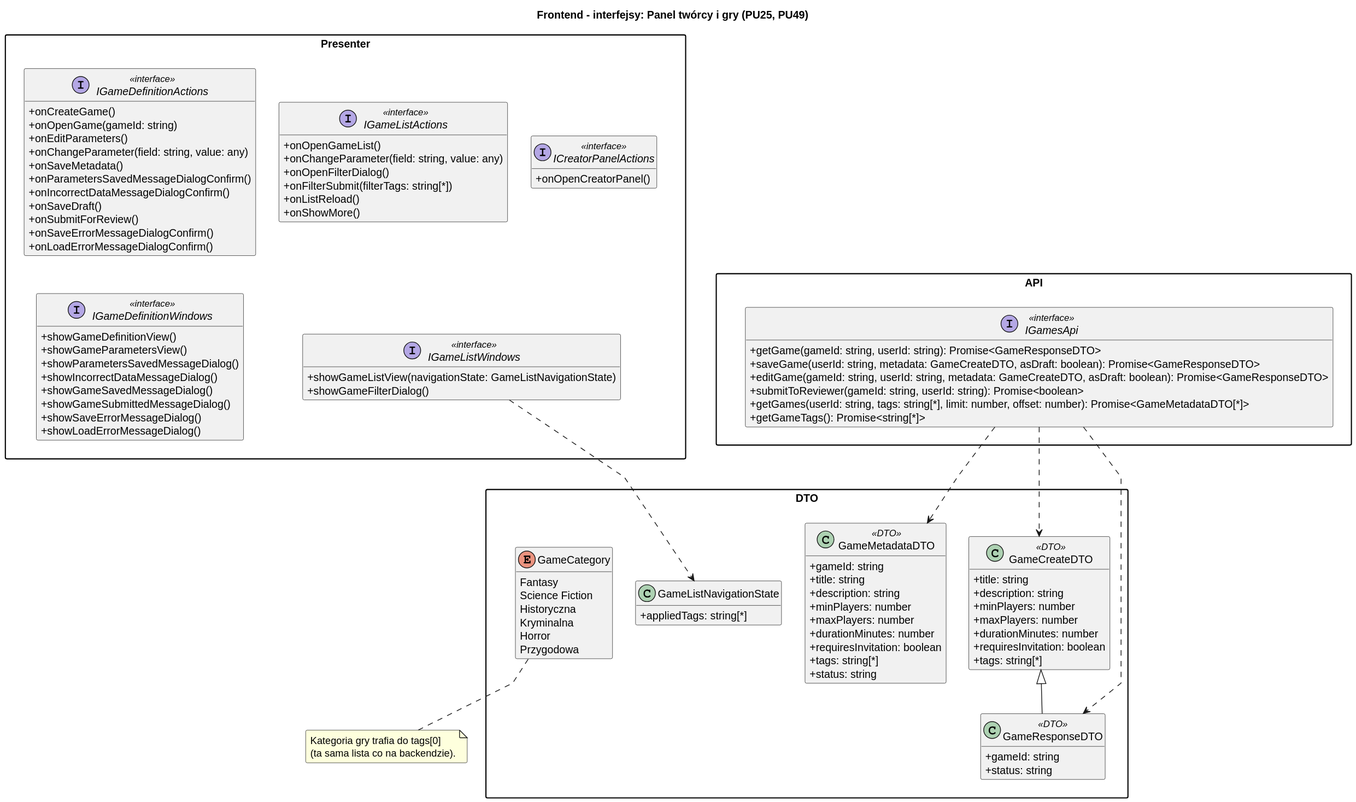
The PlantUML diagram diagrams/frontend/rendered/interfaces_games.svg in Igor-Ochocki/POP-2026Z, before a commit. The source it was exported from:
```plantuml
@startuml
skinparam classAttributeIconSize 0
skinparam packageStyle rectangle
skinparam shadowing false
skinparam roundcorner 4
skinparam linetype polyline
skinparam nodesep 30
skinparam ranksep 40
hide empty members

title Frontend - interfejsy: Panel twórcy i gry (PU25, PU49)

package "Presenter" as P {
    interface ICreatorPanelActions <<interface>> {
        + onOpenCreatorPanel()
    }
    interface IGameListActions <<interface>> {
        + onOpenGameList()
        + onChangeParameter(field: string, value: any)
        + onOpenFilterDialog()
        + onFilterSubmit(filterTags: string[*])
        + onListReload()
        + onShowMore()
    }
    interface IGameListWindows <<interface>> {
        + showGameListView(navigationState: GameListNavigationState)
        + showGameFilterDialog()
    }
    interface IGameDefinitionActions <<interface>> {
        + onCreateGame()
        + onOpenGame(gameId: string)
        + onEditParameters()
        + onChangeParameter(field: string, value: any)
        + onSaveMetadata()
        + onParametersSavedMessageDialogConfirm()
        + onIncorrectDataMessageDialogConfirm()
        + onSaveDraft()
        + onSubmitForReview()
        + onSaveErrorMessageDialogConfirm()
        + onLoadErrorMessageDialogConfirm()
    }
    interface IGameDefinitionWindows <<interface>> {
        + showGameDefinitionView()
        + showGameParametersView()
        + showParametersSavedMessageDialog()
        + showIncorrectDataMessageDialog()
        + showGameSavedMessageDialog()
        + showGameSubmittedMessageDialog()
        + showSaveErrorMessageDialog()
        + showLoadErrorMessageDialog()
    }
}

package "API" as A {
    interface IGamesApi <<interface>> {
        + getGame(gameId: string, userId: string): Promise<GameResponseDTO>
        + saveGame(userId: string, metadata: GameCreateDTO, asDraft: boolean): Promise<GameResponseDTO>
        + editGame(gameId: string, userId: string, metadata: GameCreateDTO, asDraft: boolean): Promise<GameResponseDTO>
        + submitToReviewer(gameId: string, userId: string): Promise<boolean>
        + getGames(userId: string, tags: string[*], limit: number, offset: number): Promise<GameMetadataDTO[*]>
        + getGameTags(): Promise<string[*]>
    }
}

package "DTO" as D {
    class GameCreateDTO <<DTO>> {
        + title: string
        + description: string
        + minPlayers: number
        + maxPlayers: number
        + durationMinutes: number
        + requiresInvitation: boolean
        + tags: string[*]
    }
    class GameResponseDTO <<DTO>> {
        + gameId: string
        + status: string
    }
    class GameMetadataDTO <<DTO>> {
        + gameId: string
        + title: string
        + description: string
        + minPlayers: number
        + maxPlayers: number
        + durationMinutes: number
        + requiresInvitation: boolean
        + tags: string[*]
        + status: string
    }
    class GameListNavigationState {
        + appliedTags: string[*]
    }
    enum GameCategory {
        Fantasy
        Science Fiction
        Historyczna
        Kryminalna
        Horror
        Przygodowa
    }
}

GameResponseDTO -u-|> GameCreateDTO
IGamesApi ..> GameCreateDTO
IGamesApi ..> GameResponseDTO
IGamesApi ..> GameMetadataDTO
IGameListWindows ..> GameListNavigationState

note bottom of GameCategory
    Kategoria gry trafia do tags[0]
    (ta sama lista co na backendzie).
end note

P -[hidden]d- A
A -[hidden]d- D
IGameListActions -[hidden]d- IGameListWindows
IGameDefinitionActions -[hidden]d- IGameDefinitionWindows
@enduml
```
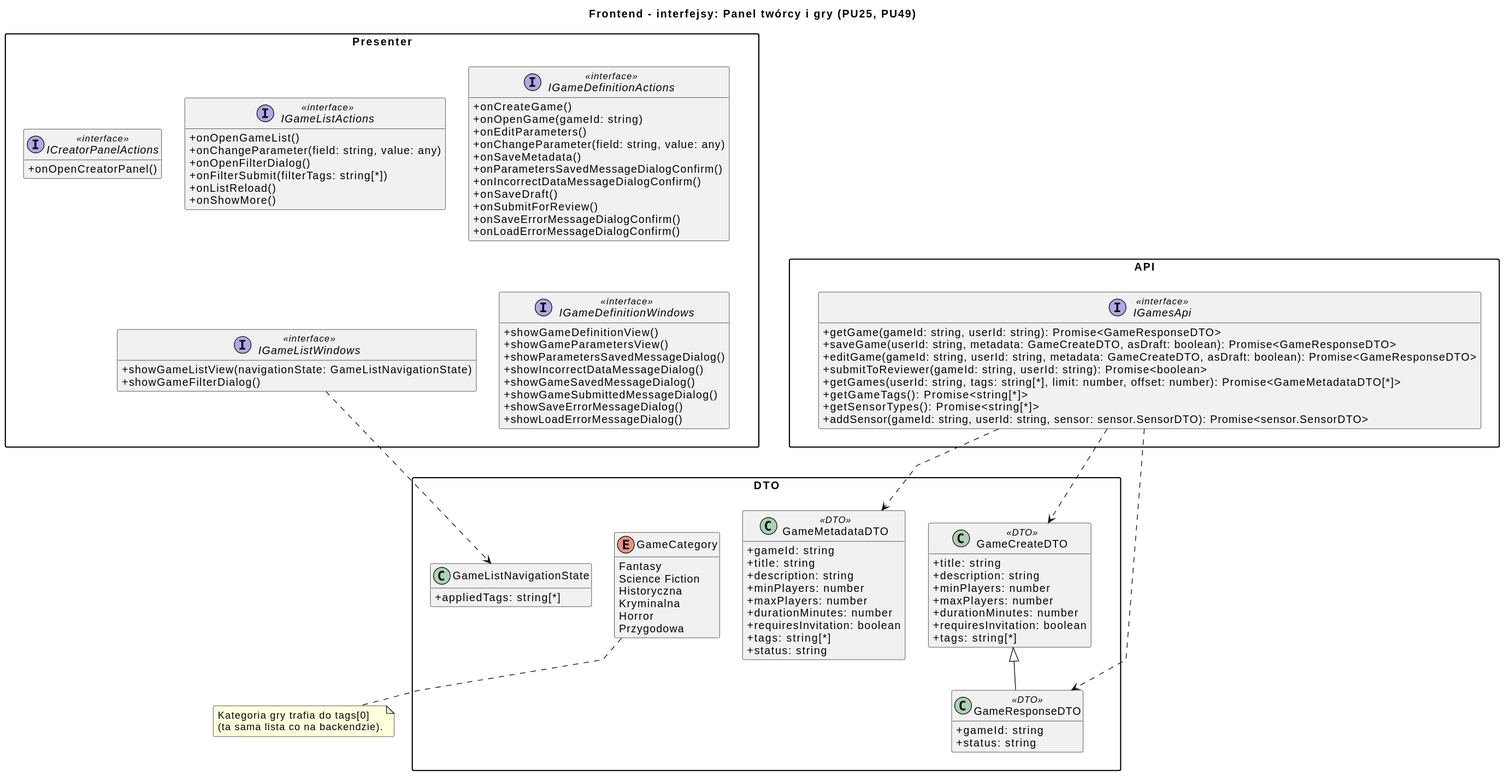
After the change.

Diff of the diagram source:
```diff
@@ -59,6 +59,8 @@
         + submitToReviewer(gameId: string, userId: string): Promise<boolean>
         + getGames(userId: string, tags: string[*], limit: number, offset: number): Promise<GameMetadataDTO[*]>
         + getGameTags(): Promise<string[*]>
+        + getSensorTypes(): Promise<string[*]>
+        + addSensor(gameId: string, userId: string, sensor: sensor.SensorDTO): Promise<sensor.SensorDTO>
     }
 }
 
```
